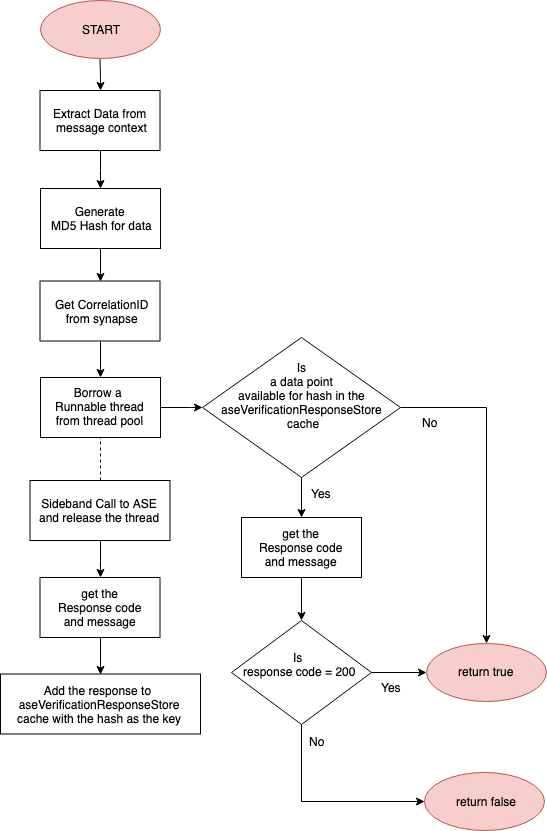
Before: images/asyncFlow.png, a diagram exported from draw.io (wso2-extensions/apim-handler-pingai). Source tidied: cells renumbered, new cells last; positions are measured from the earlier drawing's top-left corner, leaving out a move shared by most shapes.
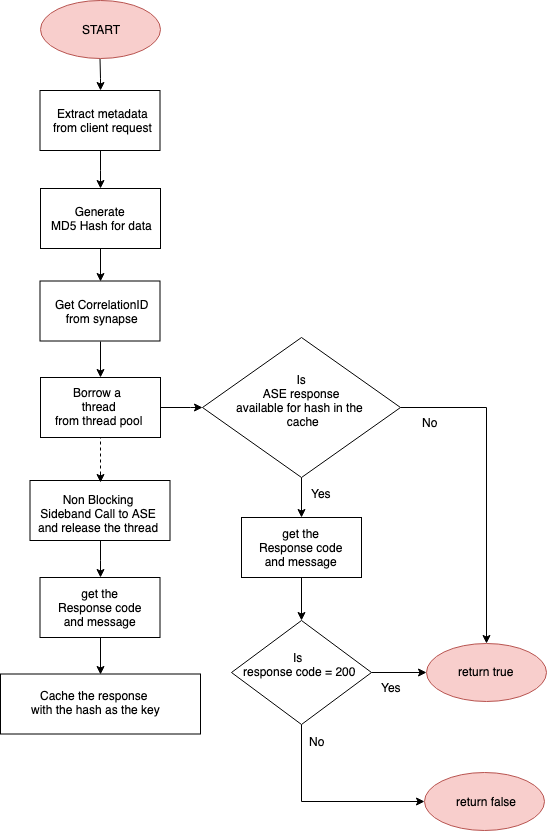
After the commit.

Commit message:
flow charts updated, defualt configurations changed, carbon.apimgt.verion added to import packages in pom

Diff of the diagram source:
```diff
@@ -8,7 +8,7 @@
     <mxCell id="3" style="rounded=0;whiteSpace=wrap;html=1;" parent="1" vertex="1">
       <mxGeometry x="39.5" y="90" width="120" height="60" as="geometry" />
     </mxCell>
-    <mxCell id="4" value="&lt;div style=&quot;text-align: center&quot;&gt;Extract Data from&amp;nbsp;&lt;/div&gt;&lt;div style=&quot;text-align: center&quot;&gt;message context&lt;/div&gt;" style="text;html=1;align=left;verticalAlign=top;spacingTop=-4;" parent="1" vertex="1">
+    <mxCell id="4" value="&lt;div style=&quot;text-align: center&quot;&gt;Extract metadata&lt;/div&gt;&lt;div style=&quot;text-align: center&quot;&gt;from client&amp;nbsp;&lt;span&gt;request&lt;/span&gt;&lt;/div&gt;" style="text;html=1;align=left;verticalAlign=top;spacingTop=-4;" parent="1" vertex="1">
       <mxGeometry x="50.5" y="104" width="110" height="30" as="geometry" />
     </mxCell>
     <mxCell id="5" style="edgeStyle=orthogonalEdgeStyle;rounded=0;jettySize=auto;html=1;entryX=0.5;entryY=0;entryDx=0;entryDy=0;" parent="1" edge="1" source="6" target="16">
@@ -29,8 +29,8 @@
     <mxCell id="10" style="rhombus;whiteSpace=wrap;html=1;" parent="1" vertex="1">
       <mxGeometry x="202" y="337" width="198" height="140" as="geometry" />
     </mxCell>
-    <mxCell id="11" value="&lt;div style=&quot;text-align: center&quot;&gt;Is&amp;nbsp;&lt;/div&gt;&lt;div style=&quot;text-align: center&quot;&gt;a data point&amp;nbsp;&lt;/div&gt;&lt;div style=&quot;text-align: center&quot;&gt;available for hash in the&amp;nbsp;&lt;/div&gt;&lt;div style=&quot;text-align: center&quot;&gt;aseVerificationResponseStore&amp;nbsp;&lt;/div&gt;&lt;div style=&quot;text-align: center&quot;&gt;cache&lt;/div&gt;" style="text;html=1;align=left;verticalAlign=top;spacingTop=-4;" parent="1" vertex="1">
-      <mxGeometry x="218.5" y="357.5" width="180" height="70" as="geometry" />
+    <mxCell id="11" value="&lt;div style=&quot;text-align: center&quot;&gt;Is&amp;nbsp;&lt;/div&gt;&lt;div style=&quot;text-align: center&quot;&gt;ASE response&amp;nbsp;&lt;/div&gt;&lt;div style=&quot;text-align: center&quot;&gt;available for hash in the&amp;nbsp;&lt;span&gt;&amp;nbsp;&lt;/span&gt;&lt;/div&gt;&lt;div style=&quot;text-align: center&quot;&gt;cache&lt;/div&gt;" style="text;html=1;align=left;verticalAlign=top;spacingTop=-4;" parent="1" vertex="1">
+      <mxGeometry x="233.5" y="370" width="150" height="60" as="geometry" />
     </mxCell>
     <mxCell id="12" style="edgeStyle=orthogonalEdgeStyle;rounded=0;jettySize=auto;html=1;exitX=0.5;exitY=1;exitDx=0;exitDy=0;entryX=0;entryY=0.5;entryDx=0;entryDy=0;" parent="1" edge="1" source="14" target="27">
       <mxGeometry relative="1" as="geometry" />
@@ -61,7 +61,7 @@
     <mxCell id="19" style="rounded=0;whiteSpace=wrap;html=1;" parent="1" vertex="1">
       <mxGeometry x="40" y="377" width="120" height="60" as="geometry" />
     </mxCell>
-    <mxCell id="20" value="&lt;div style=&quot;text-align: center&quot;&gt;Borrow a&amp;nbsp;&lt;/div&gt;&lt;div style=&quot;text-align: center&quot;&gt;Runnable&amp;nbsp;&lt;span&gt;thread&lt;/span&gt;&lt;/div&gt;&lt;div style=&quot;text-align: center&quot;&gt;from thread pool&lt;/div&gt;" style="text;html=1;align=left;verticalAlign=top;spacingTop=-4;" parent="1" vertex="1">
+    <mxCell id="20" value="&lt;div style=&quot;text-align: center&quot;&gt;Borrow a&amp;nbsp;&lt;/div&gt;&lt;div style=&quot;text-align: center&quot;&gt;&lt;span&gt;thread&lt;/span&gt;&lt;/div&gt;&lt;div style=&quot;text-align: center&quot;&gt;from thread pool&lt;/div&gt;" style="text;html=1;align=left;verticalAlign=top;spacingTop=-4;" parent="1" vertex="1">
       <mxGeometry x="52.5" y="383" width="100" height="40" as="geometry" />
     </mxCell>
     <mxCell id="21" style="edgeStyle=orthogonalEdgeStyle;rounded=0;jettySize=auto;html=1;entryX=0.5;entryY=0;entryDx=0;entryDy=0;" parent="1" edge="1" source="22" target="14">
@@ -109,14 +109,14 @@
     <mxCell id="35" style="rounded=0;whiteSpace=wrap;html=1;" parent="1" vertex="1">
       <mxGeometry x="29.5" y="480" width="140" height="60" as="geometry" />
     </mxCell>
-    <mxCell id="36" value="&lt;div style=&quot;text-align: center&quot;&gt;Sideband Call to ASE&lt;/div&gt;&lt;div style=&quot;text-align: center&quot;&gt;and release the thread&lt;/div&gt;" style="text;html=1;align=left;verticalAlign=top;spacingTop=-4;" parent="1" vertex="1">
-      <mxGeometry x="36.5" y="493.5" width="140" height="30" as="geometry" />
+    <mxCell id="36" value="&lt;div style=&quot;text-align: center&quot;&gt;&lt;div&gt;Non Blocking&lt;/div&gt;&lt;div&gt;Sideband Call to ASE&lt;/div&gt;&lt;div&gt;and release the thread&lt;/div&gt;&lt;/div&gt;" style="text;html=1;align=left;verticalAlign=top;spacingTop=-4;" parent="1" vertex="1">
+      <mxGeometry x="35.5" y="490" width="140" height="40" as="geometry" />
     </mxCell>
     <mxCell id="37" style="rounded=0;whiteSpace=wrap;html=1;" parent="1" vertex="1">
       <mxGeometry y="673.5" width="200" height="60" as="geometry" />
     </mxCell>
-    <mxCell id="38" value="&lt;div style=&quot;text-align: center&quot;&gt;Add the response to&amp;nbsp;&lt;/div&gt;&lt;div style=&quot;text-align: center&quot;&gt;aseVerificationResponseStore&lt;/div&gt;&lt;div style=&quot;text-align: center&quot;&gt;cache with the hash as the key&lt;/div&gt;" style="text;html=1;align=left;verticalAlign=top;spacingTop=-4;" parent="1" vertex="1">
-      <mxGeometry x="14.5" y="680.5" width="180" height="40" as="geometry" />
+    <mxCell id="38" value="&lt;div style=&quot;text-align: center&quot;&gt;Cache the response&amp;nbsp;&lt;/div&gt;&lt;div style=&quot;text-align: center&quot;&gt;with the hash as the key&lt;/div&gt;" style="text;html=1;align=left;verticalAlign=top;spacingTop=-4;" parent="1" vertex="1">
+      <mxGeometry x="29" y="686" width="140" height="30" as="geometry" />
     </mxCell>
     <mxCell id="39" style="rounded=0;whiteSpace=wrap;html=1;" parent="1" vertex="1">
       <mxGeometry x="39.5" y="577" width="120" height="60" as="geometry" />
@@ -133,5 +133,11 @@
     <mxCell id="43" value="Yes" style="text;html=1;align=left;verticalAlign=top;spacingTop=-4;" parent="1" vertex="1">
       <mxGeometry x="308.5" y="484" width="40" height="20" as="geometry" />
     </mxCell>
+    <mxCell id="44" style="endArrow=classic;html=1;" parent="1" edge="1">
+      <mxGeometry relative="1" as="geometry">
+        <mxPoint x="100" y="472" as="sourcePoint" />
+        <mxPoint x="100" y="482" as="targetPoint" />
+      </mxGeometry>
+    </mxCell>
   </root>
 </mxGraphModel>
```
